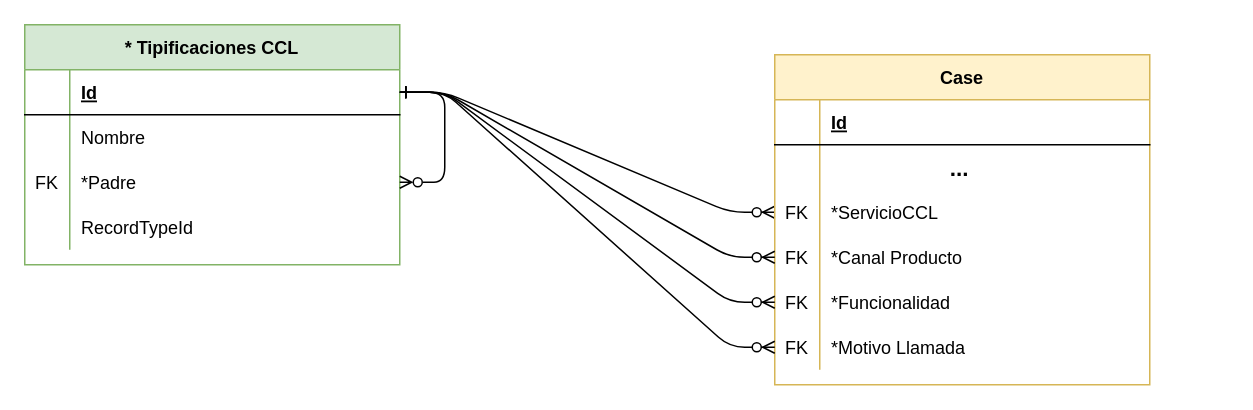
Before: MER Tipificaciones.drawio in nonate/personalProject, a draw.io diagram. Source tidied: cells renumbered, new cells numbered last; positions are measured from the earlier drawing's top-left corner, leaving out a move shared by most shapes. Both pictures are drawn from the tidied source at 150%, with x=0, y=0 at pixel (-156, 24).
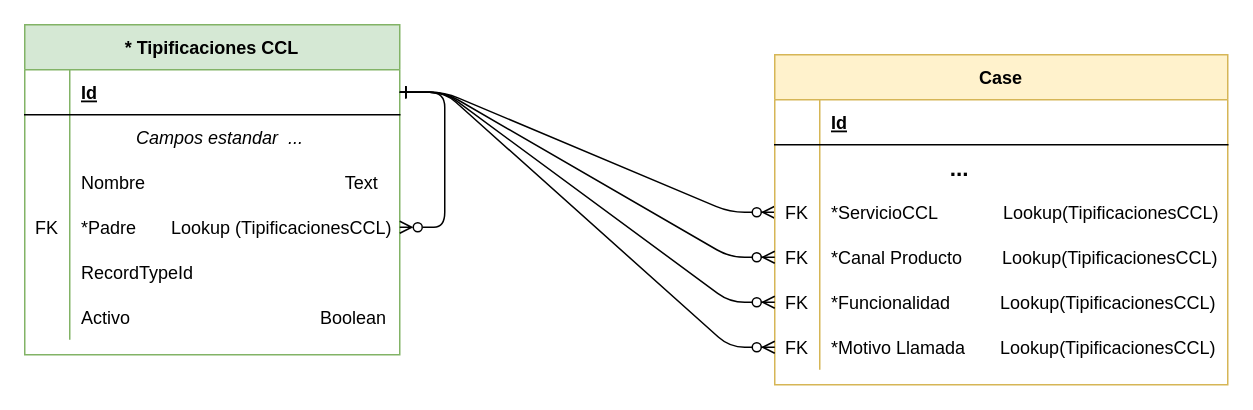
After the change.

Diff of the diagram source:
```diff
@@
     <mxCell id="3" value="Case" style="shape=table;startSize=30;childLayout=tableLayout;rowLines=0;fontStyle=1;align=center;fillColor=#fff2cc;strokeColor=#d6b656;" parent="1" vertex="1">
-      <mxGeometry x="620" y="20" width="250" height="220" as="geometry" />
+      <mxGeometry x="620" y="20" width="302" height="220" as="geometry" />
     </mxCell>
     <mxCell id="4" style="shape=partialRectangle;fillColor=none;top=0;left=0;right=0;bottom=1;" parent="3" vertex="1">
-      <mxGeometry y="30" width="250" height="30" as="geometry" />
+      <mxGeometry y="30" width="302" height="30" as="geometry" />
     </mxCell>
@@
     <mxCell id="6" value="Id" style="shape=partialRectangle;overflow=hidden;fillColor=none;top=0;left=0;bottom=0;right=0;align=left;spacingLeft=6;fontStyle=5;" parent="4" vertex="1">
-      <mxGeometry x="30" width="220" height="30" as="geometry" />
+      <mxGeometry x="30" width="272" height="30" as="geometry" />
     </mxCell>
     <mxCell id="7" style="shape=partialRectangle;fillColor=none;top=0;left=0;right=0;bottom=0;" parent="3" vertex="1">
-      <mxGeometry y="60" width="250" height="30" as="geometry" />
+      <mxGeometry y="60" width="302" height="30" as="geometry" />
     </mxCell>
@@
     <mxCell id="9" value="                   ..." style="shape=partialRectangle;overflow=hidden;fillColor=none;top=0;left=0;bottom=0;right=0;align=left;spacingLeft=6;fontStyle=1;fontSize=15;" parent="7" vertex="1">
-      <mxGeometry x="30" width="220" height="30" as="geometry" />
+      <mxGeometry x="30" width="272" height="30" as="geometry" />
     </mxCell>
     <mxCell id="10" style="shape=partialRectangle;fillColor=none;points=[[0,0.5],[1,0.5]];portConstraint=eastwest;top=0;left=0;right=0;bottom=0;" parent="3" vertex="1">
-      <mxGeometry y="90" width="250" height="30" as="geometry" />
+      <mxGeometry y="90" width="302" height="30" as="geometry" />
     </mxCell>
@@
-    <mxCell id="12" value="*ServicioCCL" style="shape=partialRectangle;overflow=hidden;fillColor=none;top=0;left=0;bottom=0;right=0;align=left;spacingLeft=6;" parent="10" vertex="1">
-      <mxGeometry x="30" width="220" height="30" as="geometry" />
+    <mxCell id="12" value="*ServicioCCL             Lookup(TipificacionesCCL)" style="shape=partialRectangle;overflow=hidden;fillColor=none;top=0;left=0;bottom=0;right=0;align=left;spacingLeft=6;" parent="10" vertex="1">
+      <mxGeometry x="30" width="272" height="30" as="geometry" />
     </mxCell>
     <mxCell id="13" style="shape=partialRectangle;fillColor=none;points=[[0,0.5],[1,0.5]];portConstraint=eastwest;top=0;left=0;right=0;bottom=0;" parent="3" vertex="1">
-      <mxGeometry y="120" width="250" height="30" as="geometry" />
+      <mxGeometry y="120" width="302" height="30" as="geometry" />
     </mxCell>
@@
-    <mxCell id="15" value="*Canal Producto" style="shape=partialRectangle;overflow=hidden;fillColor=none;top=0;left=0;bottom=0;right=0;align=left;spacingLeft=6;" parent="13" vertex="1">
-      <mxGeometry x="30" width="220" height="30" as="geometry" />
+    <mxCell id="15" value="*Canal Producto        Lookup(TipificacionesCCL)" style="shape=partialRectangle;overflow=hidden;fillColor=none;top=0;left=0;bottom=0;right=0;align=left;spacingLeft=6;" parent="13" vertex="1">
+      <mxGeometry x="30" width="272" height="30" as="geometry" />
     </mxCell>
     <mxCell id="16" style="shape=partialRectangle;fillColor=none;points=[[0,0.5],[1,0.5]];portConstraint=eastwest;top=0;left=0;right=0;bottom=0;" parent="3" vertex="1">
-      <mxGeometry y="150" width="250" height="30" as="geometry" />
+      <mxGeometry y="150" width="302" height="30" as="geometry" />
     </mxCell>
@@
-    <mxCell id="18" value="*Funcionalidad" style="shape=partialRectangle;overflow=hidden;fillColor=none;top=0;left=0;bottom=0;right=0;align=left;spacingLeft=6;" parent="16" vertex="1">
-      <mxGeometry x="30" width="220" height="30" as="geometry" />
+    <mxCell id="18" value="*Funcionalidad          Lookup(TipificacionesCCL)" style="shape=partialRectangle;overflow=hidden;fillColor=none;top=0;left=0;bottom=0;right=0;align=left;spacingLeft=6;" parent="16" vertex="1">
+      <mxGeometry x="30" width="272" height="30" as="geometry" />
     </mxCell>
     <mxCell id="19" style="shape=partialRectangle;fillColor=none;points=[[0,0.5],[1,0.5]];portConstraint=eastwest;top=0;left=0;right=0;bottom=0;" parent="3" vertex="1">
-      <mxGeometry y="180" width="250" height="30" as="geometry" />
+      <mxGeometry y="180" width="302" height="30" as="geometry" />
     </mxCell>
@@
-    <mxCell id="21" value="*Motivo Llamada" style="shape=partialRectangle;overflow=hidden;fillColor=none;top=0;left=0;bottom=0;right=0;align=left;spacingLeft=6;" parent="19" vertex="1">
-      <mxGeometry x="30" width="220" height="30" as="geometry" />
+    <mxCell id="21" value="*Motivo Llamada       Lookup(TipificacionesCCL)" style="shape=partialRectangle;overflow=hidden;fillColor=none;top=0;left=0;bottom=0;right=0;align=left;spacingLeft=6;" parent="19" vertex="1">
+      <mxGeometry x="30" width="272" height="30" as="geometry" />
     </mxCell>
     <mxCell id="22" value="* Tipificaciones CCL" style="shape=table;startSize=30;childLayout=tableLayout;rowLines=0;fontStyle=1;align=center;fillColor=#d5e8d4;strokeColor=#82b366;" parent="1" vertex="1">
-      <mxGeometry x="120" width="250" height="160" as="geometry" />
+      <mxGeometry x="120" width="250" height="220" as="geometry" />
     </mxCell>
@@
+    <mxCell id="39" style="shape=partialRectangle;fillColor=none;top=0;left=0;right=0;bottom=0;" parent="22" vertex="1">
+      <mxGeometry y="60" width="250" height="30" as="geometry" />
+    </mxCell>
+    <mxCell id="40" style="shape=partialRectangle;overflow=hidden;fillColor=none;top=0;left=0;bottom=0;right=0;" parent="39" vertex="1">
+      <mxGeometry width="30" height="30" as="geometry" />
+    </mxCell>
+    <mxCell id="41" value="           Campos estandar  ..." style="shape=partialRectangle;overflow=hidden;fillColor=none;top=0;left=0;bottom=0;right=0;align=left;spacingLeft=6;fontStyle=2;" parent="39" vertex="1">
+      <mxGeometry x="30" width="220" height="30" as="geometry" />
+    </mxCell>
     <mxCell id="26" style="shape=partialRectangle;fillColor=none;top=0;left=0;right=0;bottom=0;" parent="22" vertex="1">
-      <mxGeometry y="60" width="250" height="30" as="geometry" />
+      <mxGeometry y="90" width="250" height="30" as="geometry" />
     </mxCell>
@@
-    <mxCell id="28" value="Nombre" style="shape=partialRectangle;overflow=hidden;fillColor=none;top=0;left=0;bottom=0;right=0;align=left;spacingLeft=6;" parent="26" vertex="1">
+    <mxCell id="28" value="Nombre                                        Text" style="shape=partialRectangle;overflow=hidden;fillColor=none;top=0;left=0;bottom=0;right=0;align=left;spacingLeft=6;fontStyle=0;" parent="26" vertex="1">
       <mxGeometry x="30" width="220" height="30" as="geometry" />
     </mxCell>
     <mxCell id="29" style="shape=partialRectangle;fillColor=none;points=[[0,0.5],[1,0.5]];portConstraint=eastwest;top=0;left=0;right=0;bottom=0;" parent="22" vertex="1">
-      <mxGeometry y="90" width="250" height="30" as="geometry" />
+      <mxGeometry y="120" width="250" height="30" as="geometry" />
     </mxCell>
@@
-    <mxCell id="31" value="*Padre" style="shape=partialRectangle;overflow=hidden;fillColor=none;top=0;left=0;bottom=0;right=0;align=left;spacingLeft=6;" parent="29" vertex="1">
+    <mxCell id="31" value="*Padre       Lookup (TipificacionesCCL)" style="shape=partialRectangle;overflow=hidden;fillColor=none;top=0;left=0;bottom=0;right=0;align=left;spacingLeft=6;fontStyle=0;" parent="29" vertex="1">
       <mxGeometry x="30" width="220" height="30" as="geometry" />
     </mxCell>
     <mxCell id="32" style="shape=partialRectangle;fillColor=none;top=0;left=0;right=0;bottom=0;" parent="22" vertex="1">
-      <mxGeometry y="120" width="250" height="30" as="geometry" />
+      <mxGeometry y="150" width="250" height="30" as="geometry" />
     </mxCell>
@@
+    <mxCell id="42" style="shape=partialRectangle;fillColor=none;top=0;left=0;right=0;bottom=0;" parent="22" vertex="1">
+      <mxGeometry y="180" width="250" height="30" as="geometry" />
+    </mxCell>
+    <mxCell id="43" style="shape=partialRectangle;overflow=hidden;fillColor=none;top=0;left=0;bottom=0;right=0;" parent="42" vertex="1">
+      <mxGeometry width="30" height="30" as="geometry" />
+    </mxCell>
+    <mxCell id="44" value="Activo                                      Boolean   " style="shape=partialRectangle;overflow=hidden;fillColor=none;top=0;left=0;bottom=0;right=0;align=left;spacingLeft=6;fontStyle=0;" parent="42" vertex="1">
+      <mxGeometry x="30" width="220" height="30" as="geometry" />
+    </mxCell>
```
